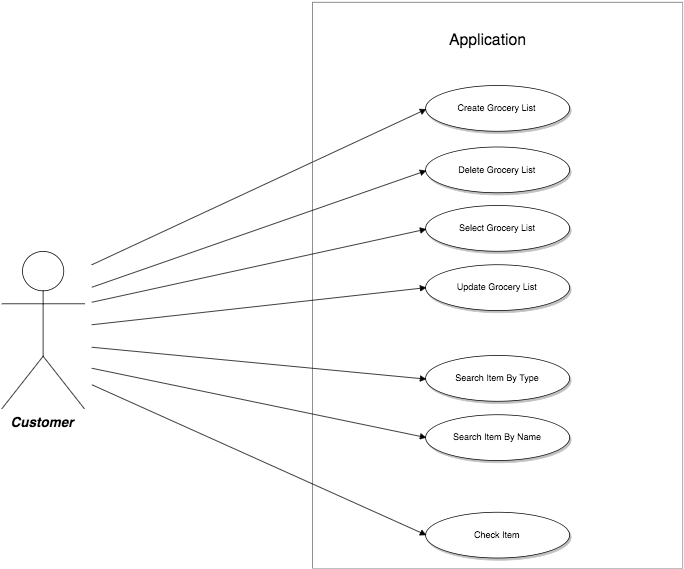
This is Images/UseCaseDiagram.png from jbuoni/Android-Grocery-List, a draw.io export, as it was before one commit. Source tidied: cells renumbered, new cells last; positions are measured from the earlier drawing's top-left corner, leaving out a move shared by most shapes.
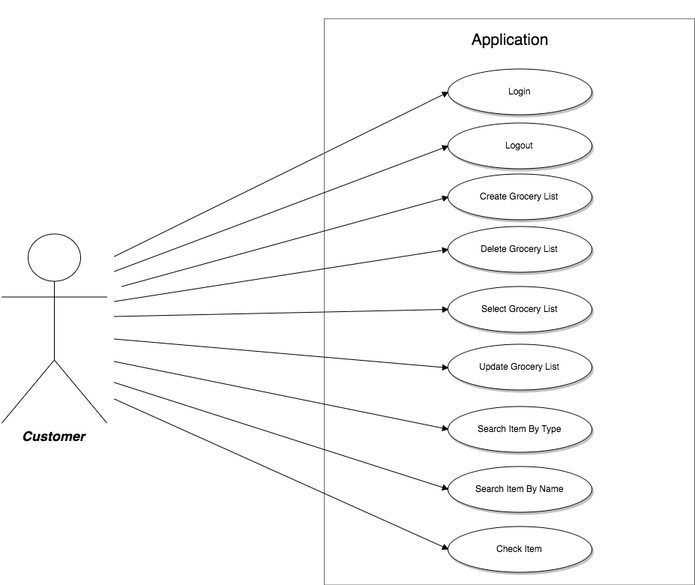
After the change.

Commit message:
Added new use case diagram

Diff of the diagram source:
```diff
@@ -1,71 +1,87 @@
 <mxGraphModel background="#ffffff">
   <root>
-    <mxCell id="0" />
+    <mxCell id="0" style="html=1;" />
-    <mxCell id="1" parent="0" />
+    <mxCell id="1" style="html=1;" parent="0" />
     <mxCell id="2" value="Customer&lt;div&gt;&lt;br&gt;&lt;/div&gt;" style="shape=umlActor;verticalLabelPosition=bottom;verticalAlign=top;fillColor=#FFFFFF;strokeColor=#000000;fontStyle=3;fontSize=18;fontFamily=Helvetica;strokeWidth=1;html=1;gradientColor=none;" parent="1" vertex="1">
-      <mxGeometry y="332" width="110" height="210" as="geometry" />
+      <mxGeometry x="-30" y="290" width="140" height="252" as="geometry" />
     </mxCell>
-    <mxCell id="3" value="Create Grocery List" style="shape=mxgraph.flowchart.on-page_reference;fillColor=#FFFFFF;strokeColor=#000000;strokeWidth=1;shadow=1;gradientColor=none;html=1;" parent="1" vertex="1">
-      <mxGeometry x="565" y="111" width="192" height="61" as="geometry" />
-    </mxCell>
-    <mxCell id="4" style="edgeStyle=none;entryX=0;entryY=0.5;entryPerimeter=0;strokeWidth=1;endArrow=block;endFill=1;strokeColor=#000000;html=1;" parent="1" edge="1" target="3">
-      <mxGeometry as="geometry">
-        <mxPoint x="120" y="350" as="sourcePoint" />
-      </mxGeometry>
-    </mxCell>
-    <mxCell id="5" style="whiteSpace=wrap;html=1;fillColor=none;strokeColor=#666666;" parent="1" vertex="1">
-      <mxGeometry x="414" width="494" height="755" as="geometry" />
-    </mxCell>
+    <mxCell id="19" value="Login" style="shape=mxgraph.flowchart.on-page_reference;fillColor=#FFFFFF;strokeColor=#000000;strokeWidth=1;shadow=1;gradientColor=none;html=1;" parent="1" vertex="1">
+      <mxGeometry x="565" y="70" width="192" height="61" as="geometry" />
+    </mxCell>
+    <mxCell id="20" style="edgeStyle=none;entryX=0;entryY=0.5;entryPerimeter=0;strokeWidth=1;endArrow=block;endFill=1;strokeColor=#000000;html=1;" parent="1" edge="1" target="19">
+      <mxGeometry as="geometry">
+        <mxPoint x="120" y="320" as="sourcePoint" />
+      </mxGeometry>
+    </mxCell>
+    <mxCell id="21" style="whiteSpace=wrap;html=1;fillColor=none;strokeColor=#666666;" parent="1" vertex="1">
+      <mxGeometry x="400" y="3" width="494" height="755" as="geometry" />
+    </mxCell>
     <mxCell id="6" value="Application" style="whiteSpace=wrap;html=1;fillColor=none;strokeColor=none;fontSize=21;" parent="1" vertex="1">
-      <mxGeometry x="547" width="200" height="100" as="geometry" />
+      <mxGeometry x="547" y="-19" width="200" height="100" as="geometry" />
     </mxCell>
     <mxCell id="7" value="Delete Grocery List" style="shape=mxgraph.flowchart.on-page_reference;fillColor=#FFFFFF;strokeColor=#000000;strokeWidth=1;shadow=1;gradientColor=none;html=1;" parent="1" vertex="1">
-      <mxGeometry x="565" y="193" width="192" height="61" as="geometry" />
+      <mxGeometry x="565" y="280" width="192" height="61" as="geometry" />
     </mxCell>
-    <mxCell id="8" style="edgeStyle=none;entryX=0;entryY=0.5;entryPerimeter=0;strokeWidth=1;endArrow=block;endFill=1;strokeColor=#000000;html=1;" parent="1" edge="1" target="7">
-      <mxGeometry x="10" y="10" as="geometry">
-        <mxPoint x="120" y="380" as="sourcePoint" />
-      </mxGeometry>
-    </mxCell>
+    <mxCell id="22" style="edgeStyle=none;entryX=0;entryY=0.5;entryPerimeter=0;strokeWidth=1;endArrow=block;endFill=1;strokeColor=#000000;html=1;" parent="1" edge="1" target="7">
+      <mxGeometry x="10" y="10" as="geometry">
+        <mxPoint x="120" y="380" as="sourcePoint" />
+      </mxGeometry>
+    </mxCell>
     <mxCell id="9" value="Select Grocery List" style="shape=mxgraph.flowchart.on-page_reference;fillColor=#FFFFFF;strokeColor=#000000;strokeWidth=1;shadow=1;gradientColor=none;html=1;" parent="1" vertex="1">
-      <mxGeometry x="565" y="271" width="192" height="61" as="geometry" />
+      <mxGeometry x="565" y="360" width="192" height="61" as="geometry" />
     </mxCell>
-    <mxCell id="10" style="edgeStyle=none;entryX=0;entryY=0.5;entryPerimeter=0;strokeWidth=1;endArrow=block;endFill=1;strokeColor=#000000;html=1;" parent="1" edge="1" target="9">
-      <mxGeometry x="20" y="20" as="geometry">
-        <mxPoint x="120" y="400" as="sourcePoint" />
-      </mxGeometry>
-    </mxCell>
+    <mxCell id="23" style="edgeStyle=none;entryX=0;entryY=0.5;entryPerimeter=0;strokeWidth=1;endArrow=block;endFill=1;strokeColor=#000000;html=1;" parent="1" edge="1" target="9">
+      <mxGeometry x="20" y="20" as="geometry">
+        <mxPoint x="120" y="400" as="sourcePoint" />
+      </mxGeometry>
+    </mxCell>
     <mxCell id="11" value="Update Grocery List" style="shape=mxgraph.flowchart.on-page_reference;fillColor=#FFFFFF;strokeColor=#000000;strokeWidth=1;shadow=1;gradientColor=none;html=1;" parent="1" vertex="1">
-      <mxGeometry x="565" y="350" width="192" height="61" as="geometry" />
+      <mxGeometry x="565" y="437" width="192" height="61" as="geometry" />
     </mxCell>
-    <mxCell id="12" style="edgeStyle=none;entryX=0;entryY=0.5;entryPerimeter=0;strokeWidth=1;endArrow=block;endFill=1;strokeColor=#000000;html=1;" parent="1" edge="1" target="11">
-      <mxGeometry x="30" y="30" as="geometry">
-        <mxPoint x="120" y="430" as="sourcePoint" />
-      </mxGeometry>
-    </mxCell>
+    <mxCell id="24" style="edgeStyle=none;entryX=0;entryY=0.5;entryPerimeter=0;strokeWidth=1;endArrow=block;endFill=1;strokeColor=#000000;html=1;" parent="1" edge="1" target="11">
+      <mxGeometry x="30" y="30" as="geometry">
+        <mxPoint x="120" y="430" as="sourcePoint" />
+      </mxGeometry>
+    </mxCell>
     <mxCell id="13" value="Search Item By Type" style="shape=mxgraph.flowchart.on-page_reference;fillColor=#FFFFFF;strokeColor=#000000;strokeWidth=1;shadow=1;gradientColor=none;html=1;" parent="1" vertex="1">
-      <mxGeometry x="565" y="471" width="192" height="61" as="geometry" />
+      <mxGeometry x="565" y="520" width="192" height="61" as="geometry" />
     </mxCell>
-    <mxCell id="14" style="edgeStyle=none;entryX=0;entryY=0.5;entryPerimeter=0;strokeWidth=1;endArrow=block;endFill=1;strokeColor=#000000;html=1;" parent="1" edge="1" target="13">
-      <mxGeometry x="40" y="40" as="geometry">
-        <mxPoint x="120" y="460" as="sourcePoint" />
-      </mxGeometry>
-    </mxCell>
+    <mxCell id="25" style="edgeStyle=none;entryX=0;entryY=0.5;entryPerimeter=0;strokeWidth=1;endArrow=block;endFill=1;strokeColor=#000000;html=1;" parent="1" edge="1" target="13">
+      <mxGeometry x="40" y="40" as="geometry">
+        <mxPoint x="120" y="460" as="sourcePoint" />
+      </mxGeometry>
+    </mxCell>
     <mxCell id="15" value="Search Item By Name" style="shape=mxgraph.flowchart.on-page_reference;fillColor=#FFFFFF;strokeColor=#000000;strokeWidth=1;shadow=1;gradientColor=none;html=1;" parent="1" vertex="1">
-      <mxGeometry x="565" y="550" width="192" height="61" as="geometry" />
+      <mxGeometry x="565" y="600" width="192" height="61" as="geometry" />
     </mxCell>
-    <mxCell id="16" style="edgeStyle=none;entryX=0;entryY=0.5;entryPerimeter=0;strokeWidth=1;endArrow=block;endFill=1;strokeColor=#000000;html=1;" parent="1" edge="1" target="15">
-      <mxGeometry x="50" y="50" as="geometry">
-        <mxPoint x="120" y="488" as="sourcePoint" />
-      </mxGeometry>
-    </mxCell>
+    <mxCell id="26" style="edgeStyle=none;entryX=0;entryY=0.5;entryPerimeter=0;strokeWidth=1;endArrow=block;endFill=1;strokeColor=#000000;html=1;" parent="1" edge="1" target="15">
+      <mxGeometry x="50" y="50" as="geometry">
+        <mxPoint x="120" y="488" as="sourcePoint" />
+      </mxGeometry>
+    </mxCell>
     <mxCell id="17" value="Check Item" style="shape=mxgraph.flowchart.on-page_reference;fillColor=#FFFFFF;strokeColor=#000000;strokeWidth=1;shadow=1;gradientColor=none;html=1;" parent="1" vertex="1">
       <mxGeometry x="565" y="680" width="192" height="61" as="geometry" />
     </mxCell>
-    <mxCell id="18" style="edgeStyle=none;entryX=0;entryY=0.5;entryPerimeter=0;strokeWidth=1;endArrow=block;endFill=1;strokeColor=#000000;html=1;" parent="1" edge="1" target="17">
-      <mxGeometry x="60" y="60" as="geometry">
-        <mxPoint x="120" y="510" as="sourcePoint" />
-      </mxGeometry>
-    </mxCell>
+    <mxCell id="27" style="edgeStyle=none;entryX=0;entryY=0.5;entryPerimeter=0;strokeWidth=1;endArrow=block;endFill=1;strokeColor=#000000;html=1;" parent="1" edge="1" target="17">
+      <mxGeometry x="60" y="60" as="geometry">
+        <mxPoint x="120" y="510" as="sourcePoint" />
+      </mxGeometry>
+    </mxCell>
+    <mxCell id="28" value="Logout" style="shape=mxgraph.flowchart.on-page_reference;fillColor=#FFFFFF;strokeColor=#000000;strokeWidth=1;shadow=1;gradientColor=none;html=1;" parent="1" vertex="1">
+      <mxGeometry x="565" y="142" width="192" height="61" as="geometry" />
+    </mxCell>
+    <mxCell id="29" style="edgeStyle=none;entryX=0;entryY=0.5;entryPerimeter=0;strokeWidth=1;endArrow=block;endFill=1;strokeColor=#000000;html=1;" parent="1" edge="1" target="28">
+      <mxGeometry x="10" y="10" as="geometry">
+        <mxPoint x="120" y="340" as="sourcePoint" />
+      </mxGeometry>
+    </mxCell>
+    <mxCell id="3" value="Create Grocery List" style="shape=mxgraph.flowchart.on-page_reference;fillColor=#FFFFFF;strokeColor=#000000;strokeWidth=1;shadow=1;gradientColor=none;html=1;" parent="1" vertex="1">
+      <mxGeometry x="565" y="210" width="192" height="61" as="geometry" />
+    </mxCell>
+    <mxCell id="30" style="edgeStyle=none;entryX=0;entryY=0.5;entryPerimeter=0;strokeWidth=1;endArrow=block;endFill=1;strokeColor=#000000;html=1;" parent="1" edge="1" target="3">
+      <mxGeometry x="20" y="20" as="geometry">
+        <mxPoint x="130" y="360" as="sourcePoint" />
+      </mxGeometry>
+    </mxCell>
   </root>
 </mxGraphModel>
```
